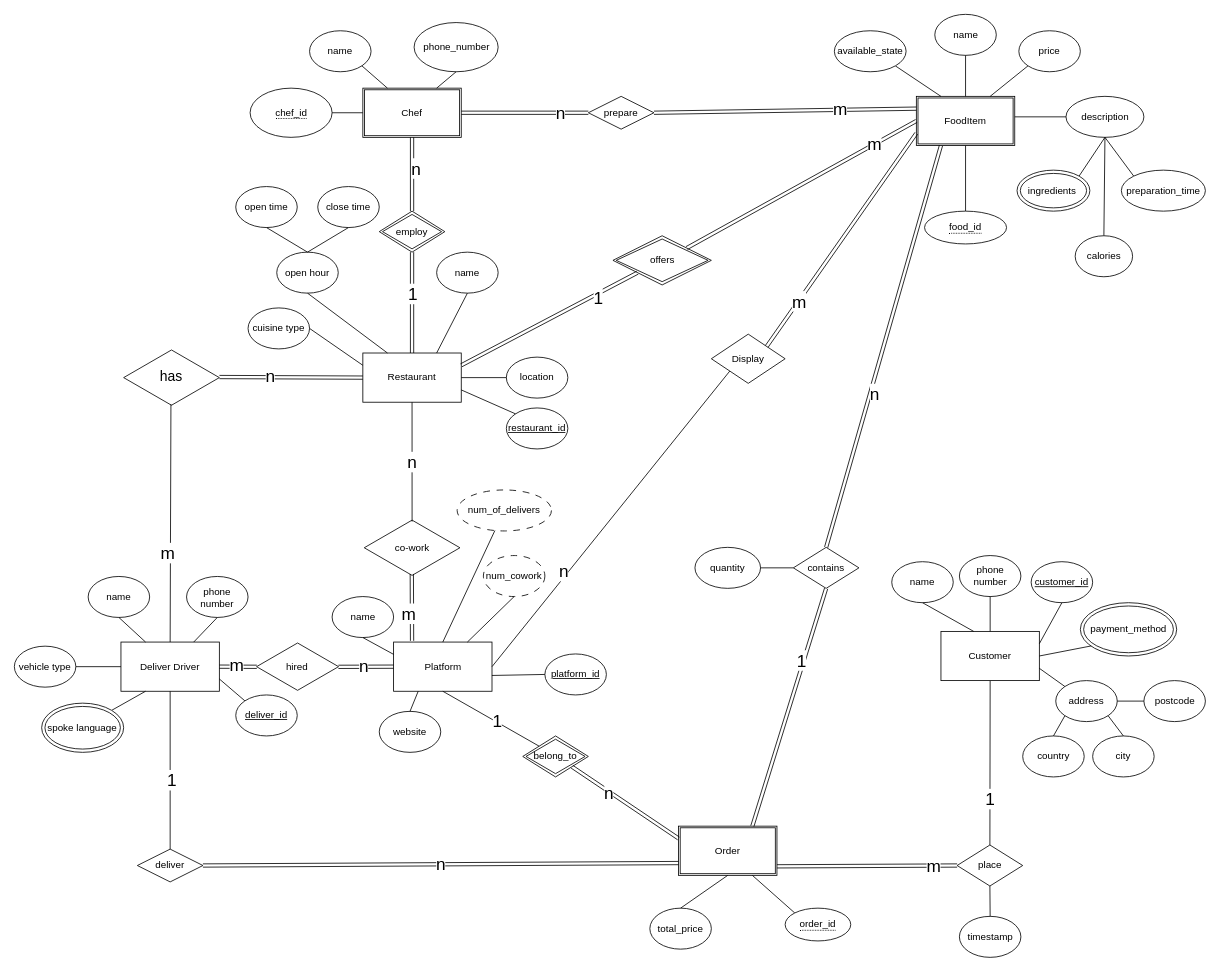
MutianLiu110/JavaEESampleProject keeps this draw.io diagram as img/assignment1-ver2.drawio. Above is the earlier version. Source tidied: cells renumbered, new cells numbered last; positions are measured from the earlier drawing's top-left corner, leaving out a move shared by most shapes. Both pictures are drawn from the tidied source at 82%, with x=0, y=0 at pixel (14, 14).
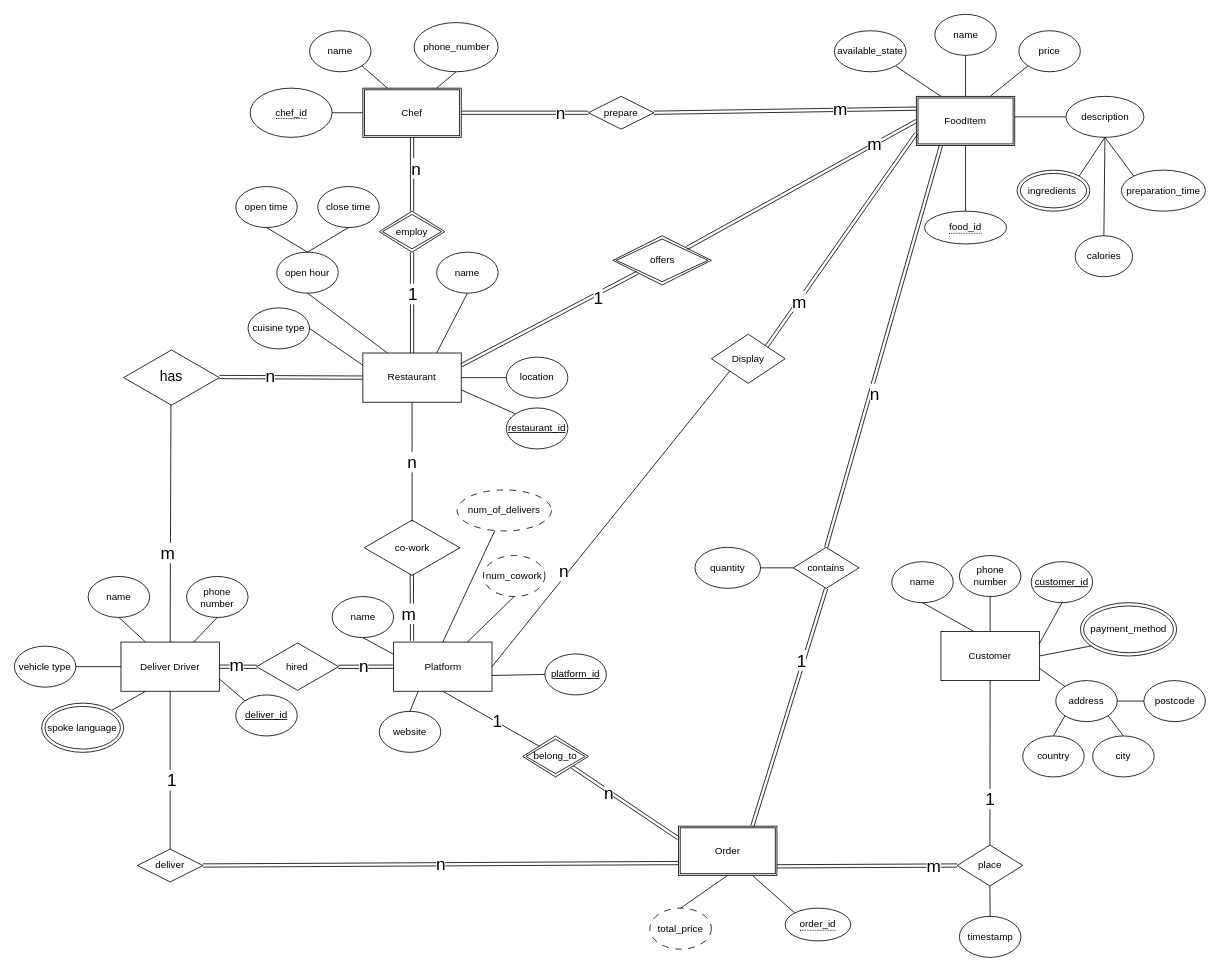
After the change.

Change to the diagram source:
```diff
@@
-    <mxCell id="123" value="total_price" style="ellipse;whiteSpace=wrap;html=1;" parent="1" vertex="1">
+    <mxCell id="123" value="total_price" style="ellipse;whiteSpace=wrap;html=1;dashed=1;dashPattern=8 8;" parent="1" vertex="1">
       <mxGeometry x="775" y="1090" width="75" height="50" as="geometry" />
     </mxCell>
```
